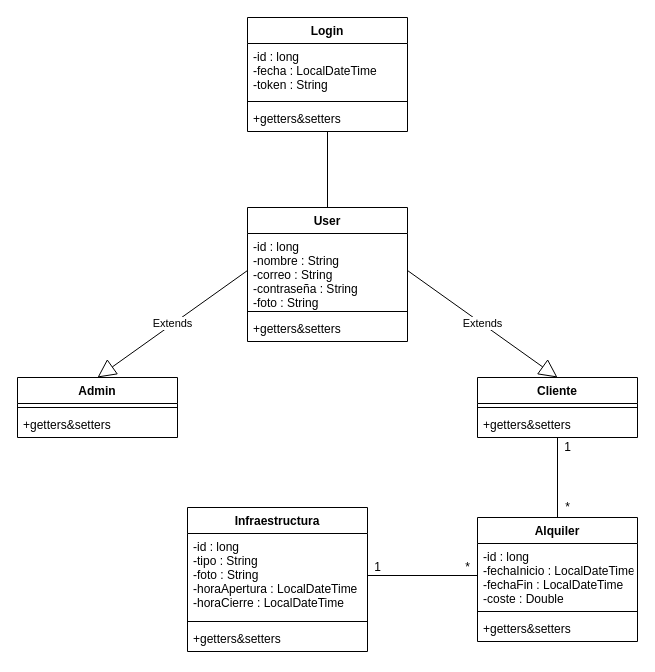
This is diagram/DCBACK.drawio from emilio2403/PracticaFinalCursoBack, a draw.io file, before an edit. Source tidied: cells renumbered, new cells numbered last; positions are measured from the earlier drawing's top-left corner, leaving out a move shared by most shapes. Both pictures are drawn from the tidied source at 100%, with x=0, y=0 at pixel (17, 17).
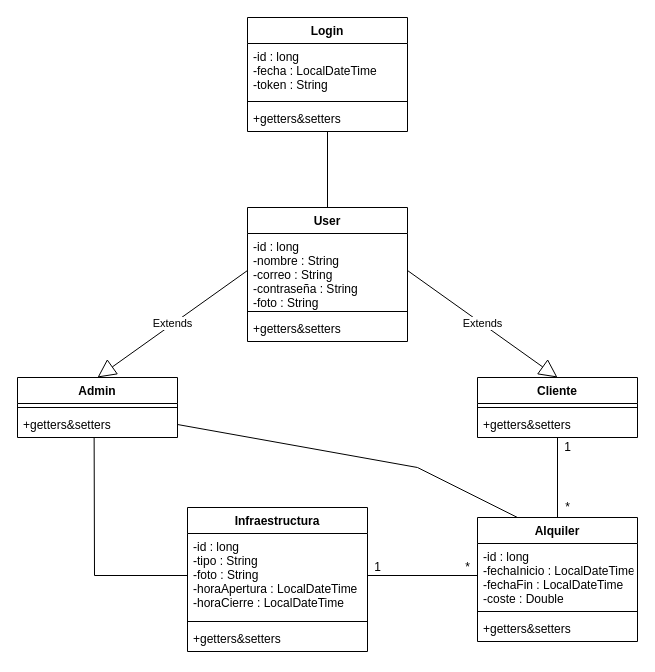
The same diagram, later.

Unchanged cells that the change refers to:
```xml
<mxCell id="8" value="+getters&amp;setters" style="text;strokeColor=none;fillColor=none;align=left;verticalAlign=top;spacingLeft=4;spacingRight=4;overflow=hidden;points=[[0,0.5],[1,0.5]];portConstraint=eastwest;" parent="6" vertex="1">
  <mxGeometry y="34" width="160" height="26" as="geometry" />
</mxCell>
<mxCell id="17" value="-id : long&#10;-tipo : String&#10;-foto : String&#10;-horaApertura : LocalDateTime&#10;-horaCierre : LocalDateTime&#10;&#10;" style="text;strokeColor=none;fillColor=none;align=left;verticalAlign=top;spacingLeft=4;spacingRight=4;overflow=hidden;points=[[0,0.5],[1,0.5]];portConstraint=eastwest;" parent="16" vertex="1">
  <mxGeometry y="26" width="180" height="84" as="geometry" />
</mxCell>
<mxCell id="20" value="Alquiler" style="swimlane;fontStyle=1;align=center;verticalAlign=top;horizontal=1;startSize=26;" parent="1" vertex="1">
  <mxGeometry x="460" y="500" width="160" height="124" as="geometry" />
</mxCell>
```

Change to the diagram source:
```diff
@@
+    <mxCell id="33" style="endArrow=none;html=1;rounded=0;entryX=0.479;entryY=1.02;entryDx=0;entryDy=0;entryPerimeter=0;exitX=0;exitY=0.5;exitDx=0;exitDy=0;" parent="1" edge="1" source="17" target="8">
+      <mxGeometry relative="1" as="geometry">
+        <Array as="points">
+          <mxPoint x="77" y="558" />
+        </Array>
+      </mxGeometry>
+    </mxCell>
+    <mxCell id="34" style="endArrow=none;html=1;rounded=0;exitX=1;exitY=0.5;exitDx=0;exitDy=0;entryX=0.25;entryY=0;entryDx=0;entryDy=0;" parent="1" edge="1" source="8" target="20">
+      <mxGeometry relative="1" as="geometry">
+        <Array as="points">
+          <mxPoint x="400" y="450" />
+        </Array>
+      </mxGeometry>
+    </mxCell>
```
